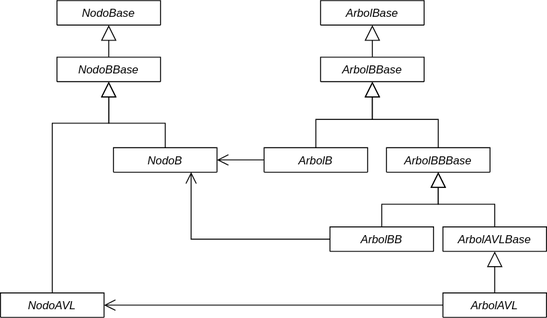
Before: doc/uml.svg, a diagram exported from draw.io (isbrqu/aeropuerto). Source tidied: cells renumbered, new cells last; positions are measured from the earlier drawing's top-left corner, leaving out a move shared by most shapes.
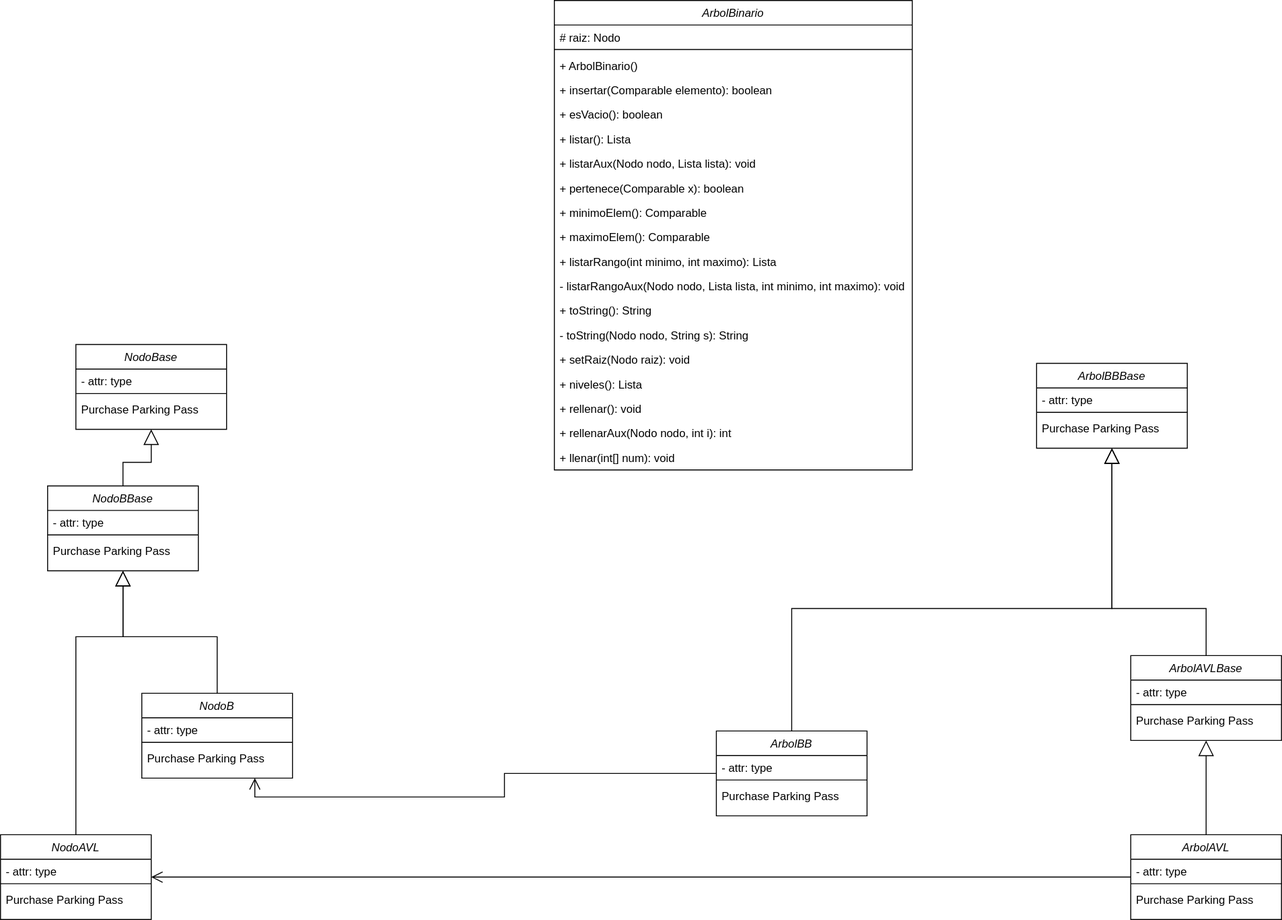
Above is the later version.

Commit message:
uml: coloca los métodos de ArbolBinario

Diff of the diagram source:
```diff
@@ -5,34 +5,110 @@
     <mxCell id="2" style="edgeStyle=orthogonalEdgeStyle;shape=connector;rounded=0;jettySize=auto;html=1;exitX=0.5;exitY=0;exitDx=0;exitDy=0;entryX=0.5;entryY=1;entryDx=0;entryDy=0;labelBackgroundColor=default;strokeColor=default;fontFamily=Helvetica;fontSize=11;fontColor=default;endArrow=block;endFill=0;startSize=14;endSize=14;sourcePerimeterSpacing=8;targetPerimeterSpacing=8;" parent="1" edge="1" source="3" target="6">
-      <mxGeometry relative="1" as="geometry" />
+      <mxGeometry relative="1" as="geometry">
+        <Array as="points">
+          <mxPoint x="1140" y="180" />
+          <mxPoint x="1040" y="180" />
+        </Array>
+      </mxGeometry>
     </mxCell>
-    <mxCell id="3" value="ArbolAVLBase" style="swimlane;fontStyle=2;align=center;verticalAlign=top;horizontal=1;startSize=26;rounded=0;shadow=0;strokeWidth=1;" parent="1" vertex="1" collapsed="1">
-      <mxGeometry x="470" y="240" width="110" height="26" as="geometry" />
+    <mxCell id="3" value="ArbolAVLBase" style="swimlane;fontStyle=2;align=center;verticalAlign=top;horizontal=1;startSize=26;rounded=0;shadow=0;strokeWidth=1;" parent="1" vertex="1">
+      <mxGeometry x="1060" y="230" width="160" height="90" as="geometry" />
     </mxCell>
+    <mxCell id="25" value="- attr: type" style="text;align=left;verticalAlign=top;spacingLeft=4;spacingRight=4;overflow=hidden;rounded=0;shadow=0;html=0;" parent="3" vertex="1">
+      <mxGeometry y="26" width="160" height="22" as="geometry" />
+    </mxCell>
+    <mxCell id="26" style="line;html=1;strokeWidth=1;align=left;verticalAlign=middle;spacingTop=-1;spacingLeft=3;spacingRight=3;labelPosition=right;" parent="3" vertex="1">
+      <mxGeometry y="48" width="160" height="8" as="geometry" />
+    </mxCell>
+    <mxCell id="27" value="Purchase Parking Pass" style="text;align=left;verticalAlign=top;spacingLeft=4;spacingRight=4;overflow=hidden;" parent="3" vertex="1">
+      <mxGeometry y="56" width="160" height="26" as="geometry" />
+    </mxCell>
-    <mxCell id="4" value="NodoBase" style="swimlane;fontStyle=2;align=center;verticalAlign=top;horizontal=1;startSize=26;rounded=0;shadow=0;strokeWidth=1;" parent="1" vertex="1" collapsed="1">
-      <mxGeometry x="60" width="110" height="26" as="geometry" />
+    <mxCell id="4" value="NodoBase" style="swimlane;fontStyle=2;align=center;verticalAlign=top;horizontal=1;startSize=26;rounded=0;shadow=0;strokeWidth=1;" parent="1" vertex="1">
+      <mxGeometry x="-60" y="-100" width="160" height="90" as="geometry" />
     </mxCell>
-    <mxCell id="5" style="edgeStyle=orthogonalEdgeStyle;shape=connector;rounded=0;jettySize=auto;html=1;exitX=0.5;exitY=0;exitDx=0;exitDy=0;entryX=0.5;entryY=1;entryDx=0;entryDy=0;labelBackgroundColor=default;strokeColor=default;fontFamily=Helvetica;fontSize=11;fontColor=default;endArrow=block;endFill=0;startSize=14;endSize=14;sourcePerimeterSpacing=8;targetPerimeterSpacing=8;" parent="1" edge="1" source="6" target="12">
-      <mxGeometry relative="1" as="geometry" />
-    </mxCell>
+    <mxCell id="28" value="- attr: type" style="text;align=left;verticalAlign=top;spacingLeft=4;spacingRight=4;overflow=hidden;rounded=0;shadow=0;html=0;" parent="4" vertex="1">
+      <mxGeometry y="26" width="160" height="22" as="geometry" />
+    </mxCell>
+    <mxCell id="29" style="line;html=1;strokeWidth=1;align=left;verticalAlign=middle;spacingTop=-1;spacingLeft=3;spacingRight=3;labelPosition=right;" parent="4" vertex="1">
+      <mxGeometry y="48" width="160" height="8" as="geometry" />
+    </mxCell>
+    <mxCell id="30" value="Purchase Parking Pass" style="text;align=left;verticalAlign=top;spacingLeft=4;spacingRight=4;overflow=hidden;" parent="4" vertex="1">
+      <mxGeometry y="56" width="160" height="26" as="geometry" />
+    </mxCell>
-    <mxCell id="6" value="ArbolBBBase" style="swimlane;fontStyle=2;align=center;verticalAlign=top;horizontal=1;startSize=26;rounded=0;shadow=0;strokeWidth=1;" parent="1" vertex="1" collapsed="1">
-      <mxGeometry x="410" y="156" width="110" height="26" as="geometry" />
+    <mxCell id="6" value="ArbolBBBase" style="swimlane;fontStyle=2;align=center;verticalAlign=top;horizontal=1;startSize=26;rounded=0;shadow=0;strokeWidth=1;" parent="1" vertex="1">
+      <mxGeometry x="960" y="-80" width="160" height="90" as="geometry" />
     </mxCell>
-    <mxCell id="7" style="edgeStyle=orthogonalEdgeStyle;shape=connector;rounded=0;jettySize=auto;html=1;exitX=0.5;exitY=0;exitDx=0;exitDy=0;entryX=0.5;entryY=1;entryDx=0;entryDy=0;labelBackgroundColor=default;strokeColor=default;fontFamily=Helvetica;fontSize=11;fontColor=default;endArrow=block;endFill=0;startSize=14;endSize=14;sourcePerimeterSpacing=8;targetPerimeterSpacing=8;" parent="1" edge="1" source="9" target="12">
-      <mxGeometry relative="1" as="geometry" />
-    </mxCell>
-    <mxCell id="8" style="edgeStyle=orthogonalEdgeStyle;shape=connector;rounded=0;jettySize=auto;html=1;exitX=0;exitY=0.5;exitDx=0;exitDy=0;entryX=1;entryY=0.5;entryDx=0;entryDy=0;labelBackgroundColor=default;strokeColor=default;fontFamily=Helvetica;fontSize=11;fontColor=default;endArrow=open;endFill=0;startSize=14;endSize=10;sourcePerimeterSpacing=8;targetPerimeterSpacing=8;" parent="1" edge="1" source="9" target="24">
-      <mxGeometry relative="1" as="geometry" />
-    </mxCell>
+    <mxCell id="31" value="- attr: type" style="text;align=left;verticalAlign=top;spacingLeft=4;spacingRight=4;overflow=hidden;rounded=0;shadow=0;html=0;" parent="6" vertex="1">
+      <mxGeometry y="26" width="160" height="22" as="geometry" />
+    </mxCell>
+    <mxCell id="32" style="line;html=1;strokeWidth=1;align=left;verticalAlign=middle;spacingTop=-1;spacingLeft=3;spacingRight=3;labelPosition=right;" parent="6" vertex="1">
+      <mxGeometry y="48" width="160" height="8" as="geometry" />
+    </mxCell>
+    <mxCell id="33" value="Purchase Parking Pass" style="text;align=left;verticalAlign=top;spacingLeft=4;spacingRight=4;overflow=hidden;" parent="6" vertex="1">
+      <mxGeometry y="56" width="160" height="26" as="geometry" />
+    </mxCell>
-    <mxCell id="9" value="ArbolB" style="swimlane;fontStyle=2;align=center;verticalAlign=top;horizontal=1;startSize=26;rounded=0;shadow=0;strokeWidth=1;" parent="1" vertex="1" collapsed="1">
-      <mxGeometry x="280" y="156" width="110" height="26" as="geometry" />
+    <mxCell id="9" value="ArbolBinario" style="swimlane;fontStyle=2;align=center;verticalAlign=top;horizontal=1;startSize=26;rounded=0;shadow=0;strokeWidth=1;" parent="1" vertex="1">
+      <mxGeometry x="448" y="-465" width="380" height="498" as="geometry" />
     </mxCell>
-    <mxCell id="10" value="ArbolBase" style="swimlane;fontStyle=2;align=center;verticalAlign=top;horizontal=1;startSize=26;rounded=0;shadow=0;strokeWidth=1;" parent="1" vertex="1" collapsed="1">
-      <mxGeometry x="340" width="110" height="26" as="geometry" />
-    </mxCell>
+    <mxCell id="34" value="# raiz: Nodo" style="text;align=left;verticalAlign=top;spacingLeft=4;spacingRight=4;overflow=hidden;rounded=0;shadow=0;html=0;" parent="9" vertex="1">
+      <mxGeometry y="26" width="380" height="22" as="geometry" />
+    </mxCell>
+    <mxCell id="35" style="line;html=1;strokeWidth=1;align=left;verticalAlign=middle;spacingTop=-1;spacingLeft=3;spacingRight=3;labelPosition=right;" parent="9" vertex="1">
+      <mxGeometry y="48" width="380" height="8" as="geometry" />
+    </mxCell>
+    <mxCell id="36" value="+ ArbolBinario()" style="text;align=left;verticalAlign=top;spacingLeft=4;spacingRight=4;overflow=hidden;" parent="9" vertex="1">
+      <mxGeometry y="56" width="380" height="26" as="geometry" />
+    </mxCell>
+    <mxCell id="37" value="+ insertar(Comparable elemento): boolean" style="text;align=left;verticalAlign=top;spacingLeft=4;spacingRight=4;overflow=hidden;" parent="9" vertex="1">
+      <mxGeometry y="82" width="380" height="26" as="geometry" />
+    </mxCell>
+    <mxCell id="38" value="+ esVacio(): boolean" style="text;align=left;verticalAlign=top;spacingLeft=4;spacingRight=4;overflow=hidden;" parent="9" vertex="1">
+      <mxGeometry y="108" width="380" height="26" as="geometry" />
+    </mxCell>
+    <mxCell id="39" value="+ listar(): Lista" style="text;align=left;verticalAlign=top;spacingLeft=4;spacingRight=4;overflow=hidden;" parent="9" vertex="1">
+      <mxGeometry y="134" width="380" height="26" as="geometry" />
+    </mxCell>
+    <mxCell id="40" value="+ listarAux(Nodo nodo, Lista lista): void" style="text;align=left;verticalAlign=top;spacingLeft=4;spacingRight=4;overflow=hidden;" parent="9" vertex="1">
+      <mxGeometry y="160" width="380" height="26" as="geometry" />
+    </mxCell>
+    <mxCell id="41" value="+ pertenece(Comparable x): boolean" style="text;align=left;verticalAlign=top;spacingLeft=4;spacingRight=4;overflow=hidden;" parent="9" vertex="1">
+      <mxGeometry y="186" width="380" height="26" as="geometry" />
+    </mxCell>
+    <mxCell id="42" value="+ minimoElem(): Comparable" style="text;align=left;verticalAlign=top;spacingLeft=4;spacingRight=4;overflow=hidden;" parent="9" vertex="1">
+      <mxGeometry y="212" width="380" height="26" as="geometry" />
+    </mxCell>
+    <mxCell id="43" value="+ maximoElem(): Comparable" style="text;align=left;verticalAlign=top;spacingLeft=4;spacingRight=4;overflow=hidden;" parent="9" vertex="1">
+      <mxGeometry y="238" width="380" height="26" as="geometry" />
+    </mxCell>
+    <mxCell id="44" value="+ listarRango(int minimo, int maximo): Lista" style="text;align=left;verticalAlign=top;spacingLeft=4;spacingRight=4;overflow=hidden;" parent="9" vertex="1">
+      <mxGeometry y="264" width="380" height="26" as="geometry" />
+    </mxCell>
+    <mxCell id="45" value="- listarRangoAux(Nodo nodo, Lista lista, int minimo, int maximo): void" style="text;align=left;verticalAlign=top;spacingLeft=4;spacingRight=4;overflow=hidden;" parent="9" vertex="1">
+      <mxGeometry y="290" width="380" height="26" as="geometry" />
+    </mxCell>
+    <mxCell id="46" value="+ toString(): String" style="text;align=left;verticalAlign=top;spacingLeft=4;spacingRight=4;overflow=hidden;" parent="9" vertex="1">
+      <mxGeometry y="316" width="380" height="26" as="geometry" />
+    </mxCell>
+    <mxCell id="47" value="- toString(Nodo nodo, String s): String" style="text;align=left;verticalAlign=top;spacingLeft=4;spacingRight=4;overflow=hidden;" parent="9" vertex="1">
+      <mxGeometry y="342" width="380" height="26" as="geometry" />
+    </mxCell>
+    <mxCell id="48" value="+ setRaiz(Nodo raiz): void" style="text;align=left;verticalAlign=top;spacingLeft=4;spacingRight=4;overflow=hidden;" parent="9" vertex="1">
+      <mxGeometry y="368" width="380" height="26" as="geometry" />
+    </mxCell>
+    <mxCell id="49" value="+ niveles(): Lista" style="text;align=left;verticalAlign=top;spacingLeft=4;spacingRight=4;overflow=hidden;" parent="9" vertex="1">
+      <mxGeometry y="394" width="380" height="26" as="geometry" />
+    </mxCell>
+    <mxCell id="50" value="+ rellenar(): void" style="text;align=left;verticalAlign=top;spacingLeft=4;spacingRight=4;overflow=hidden;" parent="9" vertex="1">
+      <mxGeometry y="420" width="380" height="26" as="geometry" />
+    </mxCell>
+    <mxCell id="51" value="+ rellenarAux(Nodo nodo, int i): int" style="text;align=left;verticalAlign=top;spacingLeft=4;spacingRight=4;overflow=hidden;" parent="9" vertex="1">
+      <mxGeometry y="446" width="380" height="26" as="geometry" />
+    </mxCell>
+    <mxCell id="52" value="+ llenar(int[] num): void" style="text;align=left;verticalAlign=top;spacingLeft=4;spacingRight=4;overflow=hidden;" parent="9" vertex="1">
+      <mxGeometry y="472" width="380" height="26" as="geometry" />
+    </mxCell>
-    <mxCell id="11" style="edgeStyle=orthogonalEdgeStyle;shape=connector;rounded=0;jettySize=auto;html=1;exitX=0.5;exitY=0;exitDx=0;exitDy=0;entryX=0.5;entryY=1;entryDx=0;entryDy=0;labelBackgroundColor=default;strokeColor=default;fontFamily=Helvetica;fontSize=11;fontColor=default;endArrow=block;endFill=0;startSize=14;endSize=14;sourcePerimeterSpacing=8;targetPerimeterSpacing=8;" parent="1" edge="1" source="12" target="10">
-      <mxGeometry relative="1" as="geometry" />
+    <mxCell id="11" style="edgeStyle=orthogonalEdgeStyle;shape=connector;rounded=0;jettySize=auto;html=1;exitX=0.5;exitY=0;exitDx=0;exitDy=0;entryX=0.5;entryY=1;entryDx=0;entryDy=0;labelBackgroundColor=default;strokeColor=default;fontFamily=Helvetica;fontSize=11;fontColor=default;endArrow=block;endFill=0;startSize=14;endSize=14;sourcePerimeterSpacing=8;targetPerimeterSpacing=8;" parent="1" edge="1" target="x">
+      <mxGeometry relative="1" as="geometry">
+        <mxPoint x="696" y="-351" as="sourcePoint" />
+      </mxGeometry>
     </mxCell>
-    <mxCell id="12" value="ArbolBBase" style="swimlane;fontStyle=2;align=center;verticalAlign=top;horizontal=1;startSize=26;rounded=0;shadow=0;strokeWidth=1;" parent="1" vertex="1" collapsed="1">
-      <mxGeometry x="340" y="60" width="110" height="26" as="geometry" />
-    </mxCell>
     <mxCell id="13" style="edgeStyle=orthogonalEdgeStyle;shape=connector;rounded=0;jettySize=auto;html=1;exitX=0.5;exitY=0;exitDx=0;exitDy=0;entryX=0.5;entryY=1;entryDx=0;entryDy=0;labelBackgroundColor=default;strokeColor=default;fontFamily=Helvetica;fontSize=11;fontColor=default;endArrow=block;endFill=0;startSize=14;endSize=14;sourcePerimeterSpacing=8;targetPerimeterSpacing=8;" parent="1" edge="1" source="14" target="4">
@@ -40,5 +116,14 @@
     </mxCell>
-    <mxCell id="14" value="NodoBBase" style="swimlane;fontStyle=2;align=center;verticalAlign=top;horizontal=1;startSize=26;rounded=0;shadow=0;strokeWidth=1;" parent="1" vertex="1" collapsed="1">
-      <mxGeometry x="60" y="60" width="110" height="26" as="geometry" />
+    <mxCell id="14" value="NodoBBase" style="swimlane;fontStyle=2;align=center;verticalAlign=top;horizontal=1;startSize=26;rounded=0;shadow=0;strokeWidth=1;" parent="1" vertex="1">
+      <mxGeometry x="-90" y="50" width="160" height="90" as="geometry" />
     </mxCell>
+    <mxCell id="53" value="- attr: type" style="text;align=left;verticalAlign=top;spacingLeft=4;spacingRight=4;overflow=hidden;rounded=0;shadow=0;html=0;" parent="14" vertex="1">
+      <mxGeometry y="26" width="160" height="22" as="geometry" />
+    </mxCell>
+    <mxCell id="54" style="line;html=1;strokeWidth=1;align=left;verticalAlign=middle;spacingTop=-1;spacingLeft=3;spacingRight=3;labelPosition=right;" parent="14" vertex="1">
+      <mxGeometry y="48" width="160" height="8" as="geometry" />
+    </mxCell>
+    <mxCell id="55" value="Purchase Parking Pass" style="text;align=left;verticalAlign=top;spacingLeft=4;spacingRight=4;overflow=hidden;" parent="14" vertex="1">
+      <mxGeometry y="56" width="160" height="26" as="geometry" />
+    </mxCell>
     <mxCell id="15" style="edgeStyle=orthogonalEdgeStyle;shape=connector;rounded=0;jettySize=auto;html=1;exitX=0.5;exitY=0;exitDx=0;exitDy=0;entryX=0.5;entryY=1;entryDx=0;entryDy=0;labelBackgroundColor=default;strokeColor=default;fontFamily=Helvetica;fontSize=11;fontColor=default;endArrow=block;endFill=0;startSize=14;endSize=14;sourcePerimeterSpacing=8;targetPerimeterSpacing=8;" parent="1" edge="1" source="16" target="14">
@@ -46,4 +131,4 @@
         <Array as="points">
-          <mxPoint x="55" y="130" />
-          <mxPoint x="115" y="130" />
+          <mxPoint x="-60" y="210" />
+          <mxPoint x="-10" y="210" />
         </Array>
@@ -51,7 +136,21 @@
     </mxCell>
-    <mxCell id="16" value="NodoAVL" style="swimlane;fontStyle=2;align=center;verticalAlign=top;horizontal=1;startSize=26;rounded=0;shadow=0;strokeWidth=1;" parent="1" vertex="1" collapsed="1">
-      <mxGeometry y="310" width="110" height="26" as="geometry" />
+    <mxCell id="16" value="NodoAVL" style="swimlane;fontStyle=2;align=center;verticalAlign=top;horizontal=1;startSize=26;rounded=0;shadow=0;strokeWidth=1;" parent="1" vertex="1">
+      <mxGeometry x="-140" y="420" width="160" height="90" as="geometry" />
     </mxCell>
+    <mxCell id="56" value="- attr: type" style="text;align=left;verticalAlign=top;spacingLeft=4;spacingRight=4;overflow=hidden;rounded=0;shadow=0;html=0;" parent="16" vertex="1">
+      <mxGeometry y="26" width="160" height="22" as="geometry" />
+    </mxCell>
+    <mxCell id="57" style="line;html=1;strokeWidth=1;align=left;verticalAlign=middle;spacingTop=-1;spacingLeft=3;spacingRight=3;labelPosition=right;" parent="16" vertex="1">
+      <mxGeometry y="48" width="160" height="8" as="geometry" />
+    </mxCell>
+    <mxCell id="58" value="Purchase Parking Pass" style="text;align=left;verticalAlign=top;spacingLeft=4;spacingRight=4;overflow=hidden;" parent="16" vertex="1">
+      <mxGeometry y="56" width="160" height="26" as="geometry" />
+    </mxCell>
     <mxCell id="17" style="edgeStyle=orthogonalEdgeStyle;shape=connector;rounded=0;jettySize=auto;html=1;exitX=0.5;exitY=0;exitDx=0;exitDy=0;entryX=0.5;entryY=1;entryDx=0;entryDy=0;labelBackgroundColor=default;strokeColor=default;fontFamily=Helvetica;fontSize=11;fontColor=default;endArrow=block;endFill=0;startSize=14;endSize=14;sourcePerimeterSpacing=8;targetPerimeterSpacing=8;" parent="1" edge="1" source="19" target="6">
-      <mxGeometry relative="1" as="geometry" />
+      <mxGeometry relative="1" as="geometry">
+        <Array as="points">
+          <mxPoint x="700" y="180" />
+          <mxPoint x="1040" y="180" />
+        </Array>
+      </mxGeometry>
     </mxCell>
@@ -60,5 +159,14 @@
     </mxCell>
-    <mxCell id="19" value="ArbolBB" style="swimlane;fontStyle=2;align=center;verticalAlign=top;horizontal=1;startSize=26;rounded=0;shadow=0;strokeWidth=1;" parent="1" vertex="1" collapsed="1">
-      <mxGeometry x="350" y="240" width="110" height="26" as="geometry" />
+    <mxCell id="19" value="ArbolBB" style="swimlane;fontStyle=2;align=center;verticalAlign=top;horizontal=1;startSize=26;rounded=0;shadow=0;strokeWidth=1;" parent="1" vertex="1">
+      <mxGeometry x="620" y="310" width="160" height="90" as="geometry" />
     </mxCell>
+    <mxCell id="59" value="- attr: type" style="text;align=left;verticalAlign=top;spacingLeft=4;spacingRight=4;overflow=hidden;rounded=0;shadow=0;html=0;" parent="19" vertex="1">
+      <mxGeometry y="26" width="160" height="22" as="geometry" />
+    </mxCell>
+    <mxCell id="60" style="line;html=1;strokeWidth=1;align=left;verticalAlign=middle;spacingTop=-1;spacingLeft=3;spacingRight=3;labelPosition=right;" parent="19" vertex="1">
+      <mxGeometry y="48" width="160" height="8" as="geometry" />
+    </mxCell>
+    <mxCell id="61" value="Purchase Parking Pass" style="text;align=left;verticalAlign=top;spacingLeft=4;spacingRight=4;overflow=hidden;" parent="19" vertex="1">
+      <mxGeometry y="56" width="160" height="26" as="geometry" />
+    </mxCell>
     <mxCell id="20" style="edgeStyle=orthogonalEdgeStyle;shape=connector;rounded=0;jettySize=auto;html=1;exitX=0.5;exitY=0;exitDx=0;exitDy=0;entryX=0.5;entryY=1;entryDx=0;entryDy=0;labelBackgroundColor=default;strokeColor=default;fontFamily=Helvetica;fontSize=11;fontColor=default;endArrow=block;endFill=0;startSize=14;endSize=14;sourcePerimeterSpacing=8;targetPerimeterSpacing=8;" parent="1" edge="1" source="22" target="3">
@@ -69,5 +177,14 @@
     </mxCell>
-    <mxCell id="22" value="ArbolAVL" style="swimlane;fontStyle=2;align=center;verticalAlign=top;horizontal=1;startSize=26;rounded=0;shadow=0;strokeWidth=1;" parent="1" vertex="1" collapsed="1">
-      <mxGeometry x="470" y="310" width="110" height="26" as="geometry" />
+    <mxCell id="22" value="ArbolAVL" style="swimlane;fontStyle=2;align=center;verticalAlign=top;horizontal=1;startSize=26;rounded=0;shadow=0;strokeWidth=1;" parent="1" vertex="1">
+      <mxGeometry x="1060" y="420" width="160" height="90" as="geometry" />
     </mxCell>
+    <mxCell id="62" value="- attr: type" style="text;align=left;verticalAlign=top;spacingLeft=4;spacingRight=4;overflow=hidden;rounded=0;shadow=0;html=0;" parent="22" vertex="1">
+      <mxGeometry y="26" width="160" height="22" as="geometry" />
+    </mxCell>
+    <mxCell id="63" style="line;html=1;strokeWidth=1;align=left;verticalAlign=middle;spacingTop=-1;spacingLeft=3;spacingRight=3;labelPosition=right;" parent="22" vertex="1">
+      <mxGeometry y="48" width="160" height="8" as="geometry" />
+    </mxCell>
+    <mxCell id="64" value="Purchase Parking Pass" style="text;align=left;verticalAlign=top;spacingLeft=4;spacingRight=4;overflow=hidden;" parent="22" vertex="1">
+      <mxGeometry y="56" width="160" height="26" as="geometry" />
+    </mxCell>
     <mxCell id="23" style="edgeStyle=orthogonalEdgeStyle;shape=connector;rounded=0;jettySize=auto;html=1;exitX=0.5;exitY=0;exitDx=0;exitDy=0;entryX=0.5;entryY=1;entryDx=0;entryDy=0;labelBackgroundColor=default;strokeColor=default;fontFamily=Helvetica;fontSize=11;fontColor=default;endArrow=block;endFill=0;startSize=14;endSize=14;sourcePerimeterSpacing=8;targetPerimeterSpacing=8;" parent="1" edge="1" source="24" target="14">
@@ -75,4 +192,4 @@
         <Array as="points">
-          <mxPoint x="175" y="130" />
-          <mxPoint x="115" y="130" />
+          <mxPoint x="90" y="210" />
+          <mxPoint x="-10" y="210" />
         </Array>
@@ -80,5 +197,14 @@
     </mxCell>
-    <mxCell id="24" value="NodoB" style="swimlane;fontStyle=2;align=center;verticalAlign=top;horizontal=1;startSize=26;rounded=0;shadow=0;strokeWidth=1;" parent="1" vertex="1" collapsed="1">
-      <mxGeometry x="120" y="156" width="110" height="26" as="geometry" />
+    <mxCell id="24" value="NodoB" style="swimlane;fontStyle=2;align=center;verticalAlign=top;horizontal=1;startSize=26;rounded=0;shadow=0;strokeWidth=1;" parent="1" vertex="1">
+      <mxGeometry x="10" y="270" width="160" height="90" as="geometry" />
     </mxCell>
+    <mxCell id="65" value="- attr: type" style="text;align=left;verticalAlign=top;spacingLeft=4;spacingRight=4;overflow=hidden;rounded=0;shadow=0;html=0;" parent="24" vertex="1">
+      <mxGeometry y="26" width="160" height="22" as="geometry" />
+    </mxCell>
+    <mxCell id="66" style="line;html=1;strokeWidth=1;align=left;verticalAlign=middle;spacingTop=-1;spacingLeft=3;spacingRight=3;labelPosition=right;" parent="24" vertex="1">
+      <mxGeometry y="48" width="160" height="8" as="geometry" />
+    </mxCell>
+    <mxCell id="67" value="Purchase Parking Pass" style="text;align=left;verticalAlign=top;spacingLeft=4;spacingRight=4;overflow=hidden;" parent="24" vertex="1">
+      <mxGeometry y="56" width="160" height="26" as="geometry" />
+    </mxCell>
   </root>
```
